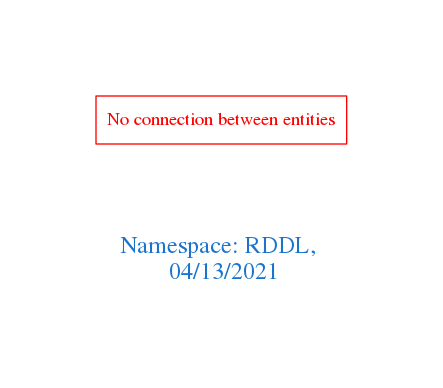
Above: downloads/RDDL.png in arago/OGIT (Graphviz), before the change. Its source is kept beside it as downloads/RDDL.dot.
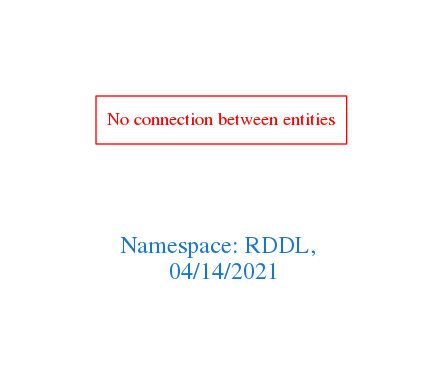
Above is the later version.

Diff of the diagram source:
```diff
@@ -1,7 +1,7 @@
 digraph OGIT_ontology {
  graph [ rankdir= LR,pad=1
 fontsize = 18,
-fontcolor= dodgerblue3,label = "\n\n\nNamespace: RDDL, \n 04/13/2021"];
+fontcolor= dodgerblue3,label = "\n\n\nNamespace: RDDL, \n 04/14/2021"];
 node[shape=polygon];
 edge [  color="gray81"];
 
```
